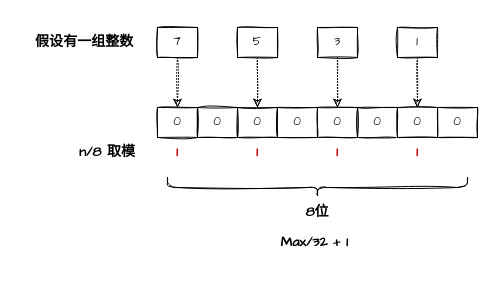
mineminemine123/work-wiki keeps this draw.io diagram as bitMap原理.drawio. Above is the earlier version. Source tidied: cells renumbered, new cells numbered last; positions are measured from the earlier drawing's top-left corner, leaving out a move shared by most shapes. Both pictures are drawn from the tidied source at 100%, with x=0, y=0 at pixel (27, 17).
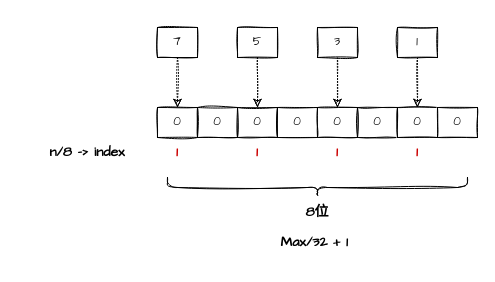
The same page after the edit.

Change to the diagram source:
```diff
@@
-    <mxCell id="10" value="&lt;h3&gt;假设有一组整数&amp;nbsp;&lt;/h3&gt;" style="text;html=1;strokeColor=none;fillColor=none;align=center;verticalAlign=middle;whiteSpace=wrap;rounded=0;sketch=1;fontFamily=Comic Sans MS;" parent="1" vertex="1">
-      <mxGeometry width="120" height="50" as="geometry" />
-    </mxCell>
@@
-    <mxCell id="13" value="&lt;h3&gt;n/8 取模&lt;/h3&gt;" style="text;html=1;strokeColor=none;fillColor=none;align=center;verticalAlign=middle;whiteSpace=wrap;rounded=0;sketch=1;fontFamily=Comic Sans MS;" parent="1" vertex="1">
-      <mxGeometry x="40" y="120" width="80" height="30" as="geometry" />
+    <mxCell id="13" value="&lt;h3&gt;n/8 -&amp;gt; index&lt;/h3&gt;" style="text;html=1;strokeColor=none;fillColor=none;align=center;verticalAlign=middle;whiteSpace=wrap;rounded=0;sketch=1;fontFamily=Comic Sans MS;" parent="1" vertex="1">
+      <mxGeometry x="-10" y="120" width="140" height="30" as="geometry" />
     </mxCell>
```
